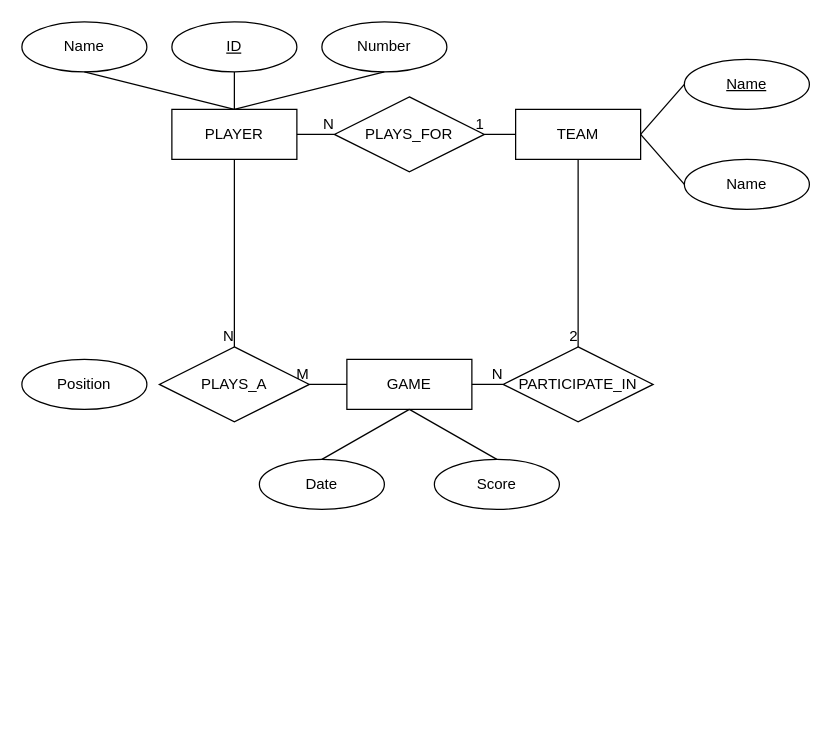
M-Hamdy-M/ERDs keeps this draw.io diagram as Untitled Diagram.drawio. Above is the earlier version. Source tidied: cells renumbered, new cells numbered last; positions are measured from the earlier drawing's top-left corner, leaving out a move shared by most shapes. Both pictures are drawn from the tidied source at 125%, with x=0, y=0 at pixel (21, 21).
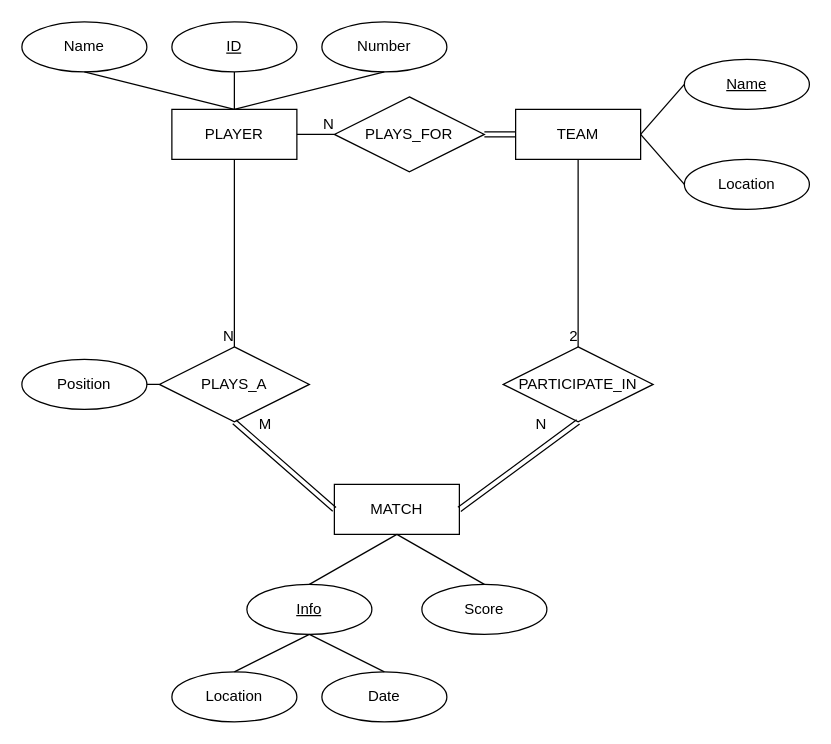
Above is the later version.

The change refers to these unchanged cells:
```xml
<mxCell id="2" value="TEAM" style="whiteSpace=wrap;html=1;align=center;" parent="1" vertex="1">
  <mxGeometry x="395" y="70" width="100" height="40" as="geometry" />
</mxCell>
<mxCell id="5" value="PLAYS_FOR" style="shape=rhombus;perimeter=rhombusPerimeter;whiteSpace=wrap;html=1;align=center;" parent="1" vertex="1">
  <mxGeometry x="250" y="60" width="120" height="60" as="geometry" />
</mxCell>
<mxCell id="6" value="PARTICIPATE_IN" style="shape=rhombus;perimeter=rhombusPerimeter;whiteSpace=wrap;html=1;align=center;" parent="1" vertex="1">
  <mxGeometry x="385" y="260" width="120" height="60" as="geometry" />
</mxCell>
<mxCell id="7" value="PLAYS_A" style="shape=rhombus;perimeter=rhombusPerimeter;whiteSpace=wrap;html=1;align=center;" parent="1" vertex="1">
  <mxGeometry x="110" y="260" width="120" height="60" as="geometry" />
</mxCell>
<mxCell id="14" value="Position" style="ellipse;whiteSpace=wrap;html=1;align=center;" parent="1" vertex="1">
  <mxGeometry y="270" width="100" height="40" as="geometry" />
</mxCell>
```

What changed in the source:
```diff
@@
-    <mxCell id="4" value="GAME" style="whiteSpace=wrap;html=1;align=center;" parent="1" vertex="1">
-      <mxGeometry x="260" y="270" width="100" height="40" as="geometry" />
+    <mxCell id="4" value="MATCH" style="whiteSpace=wrap;html=1;align=center;" parent="1" vertex="1">
+      <mxGeometry x="250" y="370" width="100" height="40" as="geometry" />
     </mxCell>
@@
     <mxCell id="12" value="Score" style="ellipse;whiteSpace=wrap;html=1;align=center;" parent="1" vertex="1">
-      <mxGeometry x="330" y="350" width="100" height="40" as="geometry" />
+      <mxGeometry x="320" y="450" width="100" height="40" as="geometry" />
     </mxCell>
-    <mxCell id="13" value="Date" style="ellipse;whiteSpace=wrap;html=1;align=center;" parent="1" vertex="1">
-      <mxGeometry x="190" y="350" width="100" height="40" as="geometry" />
+    <mxCell id="13" value="&lt;u&gt;Info&lt;/u&gt;" style="ellipse;whiteSpace=wrap;html=1;align=center;" parent="1" vertex="1">
+      <mxGeometry x="180" y="450" width="100" height="40" as="geometry" />
     </mxCell>
@@
-    <mxCell id="15" value="Name" style="ellipse;whiteSpace=wrap;html=1;align=center;" parent="1" vertex="1">
-      <mxGeometry x="530" y="110" width="100" height="40" as="geometry" />
-    </mxCell>
@@
-    <mxCell id="18" style="endArrow=none;html=1;rounded=0;entryX=1;entryY=0.5;entryDx=0;entryDy=0;exitX=0;exitY=0.5;exitDx=0;exitDy=0;" parent="1" edge="1" source="2" target="5">
-      <mxGeometry relative="1" as="geometry" />
-    </mxCell>
-    <mxCell id="19" value="1" style="html=1;align=right;verticalAlign=bottom;" parent="18" vertex="1">
-      <mxGeometry x="1" relative="1" as="geometry" />
-    </mxCell>
-    <mxCell id="20" style="endArrow=none;html=1;rounded=0;exitX=0;exitY=0.5;exitDx=0;exitDy=0;entryX=1;entryY=0.5;entryDx=0;entryDy=0;" parent="1" edge="1" source="15" target="2">
-      <mxGeometry relative="1" as="geometry" />
-    </mxCell>
@@
+    <mxCell id="31" style="endArrow=none;html=1;rounded=0;exitX=0.5;exitY=0;exitDx=0;exitDy=0;entryX=0.5;entryY=1;entryDx=0;entryDy=0;" parent="1" edge="1" source="12" target="4">
+      <mxGeometry relative="1" as="geometry" />
+    </mxCell>
+    <mxCell id="32" style="endArrow=none;html=1;rounded=0;entryX=0.5;entryY=0;entryDx=0;entryDy=0;exitX=0.5;exitY=1;exitDx=0;exitDy=0;" parent="1" edge="1" source="4" target="13">
+      <mxGeometry relative="1" as="geometry" />
+    </mxCell>
+    <mxCell id="33" style="endArrow=none;html=1;rounded=0;entryX=0.5;entryY=0;entryDx=0;entryDy=0;exitX=0.5;exitY=1;exitDx=0;exitDy=0;" parent="1" edge="1" source="2" target="6">
+      <mxGeometry relative="1" as="geometry" />
+    </mxCell>
+    <mxCell id="34" value="2" style="html=1;align=right;verticalAlign=bottom;" parent="33" vertex="1">
+      <mxGeometry x="1" relative="1" as="geometry" />
+    </mxCell>
+    <mxCell id="35" style="endArrow=none;html=1;rounded=0;exitX=0;exitY=0.5;exitDx=0;exitDy=0;entryX=1;entryY=0.5;entryDx=0;entryDy=0;" parent="1" edge="1" source="7" target="14">
+      <mxGeometry relative="1" as="geometry" />
+    </mxCell>
+    <mxCell id="36" value="Location" style="ellipse;whiteSpace=wrap;html=1;align=center;" parent="1" vertex="1">
+      <mxGeometry x="530" y="110" width="100" height="40" as="geometry" />
+    </mxCell>
+    <mxCell id="37" style="endArrow=none;html=1;rounded=0;entryX=1;entryY=0.5;entryDx=0;entryDy=0;exitX=0;exitY=0.5;exitDx=0;exitDy=0;" parent="1" edge="1" source="36" target="2">
+      <mxGeometry relative="1" as="geometry" />
+    </mxCell>
+    <mxCell id="38" value="Location" style="ellipse;whiteSpace=wrap;html=1;align=center;" parent="1" vertex="1">
+      <mxGeometry x="120" y="520" width="100" height="40" as="geometry" />
+    </mxCell>
+    <mxCell id="39" value="Date" style="ellipse;whiteSpace=wrap;html=1;align=center;" parent="1" vertex="1">
+      <mxGeometry x="240" y="520" width="100" height="40" as="geometry" />
+    </mxCell>
+    <mxCell id="40" style="endArrow=none;html=1;rounded=0;entryX=0.5;entryY=1;entryDx=0;entryDy=0;exitX=0.5;exitY=0;exitDx=0;exitDy=0;" parent="1" edge="1" source="39" target="13">
+      <mxGeometry relative="1" as="geometry" />
+    </mxCell>
+    <mxCell id="41" style="endArrow=none;html=1;rounded=0;entryX=0.5;entryY=1;entryDx=0;entryDy=0;exitX=0.5;exitY=0;exitDx=0;exitDy=0;" parent="1" edge="1" source="38" target="13">
+      <mxGeometry relative="1" as="geometry" />
+    </mxCell>
+    <mxCell id="42" style="shape=link;html=1;rounded=0;entryX=0;entryY=0.5;entryDx=0;entryDy=0;exitX=1;exitY=0.5;exitDx=0;exitDy=0;" parent="1" edge="1" source="5" target="2">
+      <mxGeometry relative="1" as="geometry" />
+    </mxCell>
-    <mxCell id="27" style="endArrow=none;html=1;rounded=0;exitX=1;exitY=0.5;exitDx=0;exitDy=0;entryX=0;entryY=0.5;entryDx=0;entryDy=0;" parent="1" edge="1" source="4" target="6">
+    <mxCell id="27" style="shape=link;html=1;rounded=0;entryX=0.5;entryY=1;entryDx=0;entryDy=0;exitX=1;exitY=0.5;exitDx=0;exitDy=0;" parent="1" edge="1" source="4" target="6">
       <mxGeometry relative="1" as="geometry" />
     </mxCell>
     <mxCell id="28" value="N" style="html=1;align=right;verticalAlign=bottom;" parent="27" vertex="1">
-      <mxGeometry x="1" relative="1" as="geometry" />
+      <mxGeometry x="1" relative="1" as="geometry">
+        <mxPoint x="-25" y="10" as="offset" />
+      </mxGeometry>
     </mxCell>
-    <mxCell id="29" style="endArrow=none;html=1;rounded=0;exitX=0;exitY=0.5;exitDx=0;exitDy=0;" parent="1" edge="1" source="4" target="7">
+    <mxCell id="29" style="shape=link;html=1;rounded=0;exitX=0;exitY=0.5;exitDx=0;exitDy=0;entryX=0.5;entryY=1;entryDx=0;entryDy=0;" parent="1" edge="1" source="4" target="7">
       <mxGeometry relative="1" as="geometry" />
     </mxCell>
     <mxCell id="30" value="M" style="html=1;align=right;verticalAlign=bottom;" parent="29" vertex="1">
-      <mxGeometry x="1" relative="1" as="geometry" />
+      <mxGeometry x="1" relative="1" as="geometry">
+        <mxPoint x="29.8" y="9.8" as="offset" />
+      </mxGeometry>
     </mxCell>
-    <mxCell id="31" style="endArrow=none;html=1;rounded=0;exitX=0.5;exitY=0;exitDx=0;exitDy=0;entryX=0.5;entryY=1;entryDx=0;entryDy=0;" parent="1" edge="1" source="12" target="4">
-      <mxGeometry relative="1" as="geometry" />
-    </mxCell>
-    <mxCell id="32" style="endArrow=none;html=1;rounded=0;entryX=0.5;entryY=0;entryDx=0;entryDy=0;exitX=0.5;exitY=1;exitDx=0;exitDy=0;" parent="1" edge="1" source="4" target="13">
-      <mxGeometry relative="1" as="geometry" />
-    </mxCell>
-    <mxCell id="33" style="endArrow=none;html=1;rounded=0;entryX=0.5;entryY=0;entryDx=0;entryDy=0;exitX=0.5;exitY=1;exitDx=0;exitDy=0;" parent="1" edge="1" source="2" target="6">
-      <mxGeometry relative="1" as="geometry" />
-    </mxCell>
-    <mxCell id="34" value="2" style="html=1;align=right;verticalAlign=bottom;" parent="33" vertex="1">
-      <mxGeometry x="1" relative="1" as="geometry" />
-    </mxCell>
```
